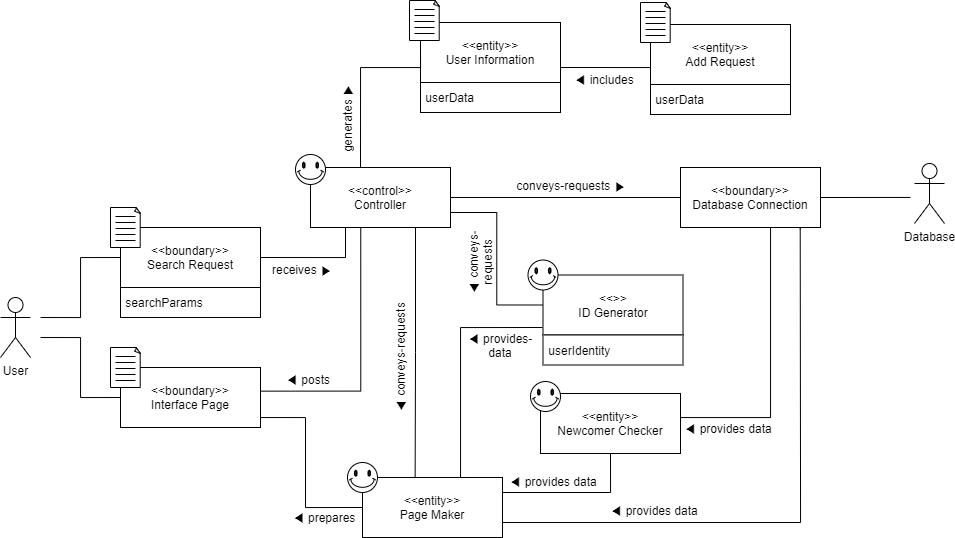
Above: docs/DomainModels/diagrams/DM-UC-14.png in youngkwon02/Enhanced-library-management (draw.io), before the change. Source tidied: cells renumbered, new cells last; positions are measured from the earlier drawing's top-left corner, leaving out a move shared by most shapes.
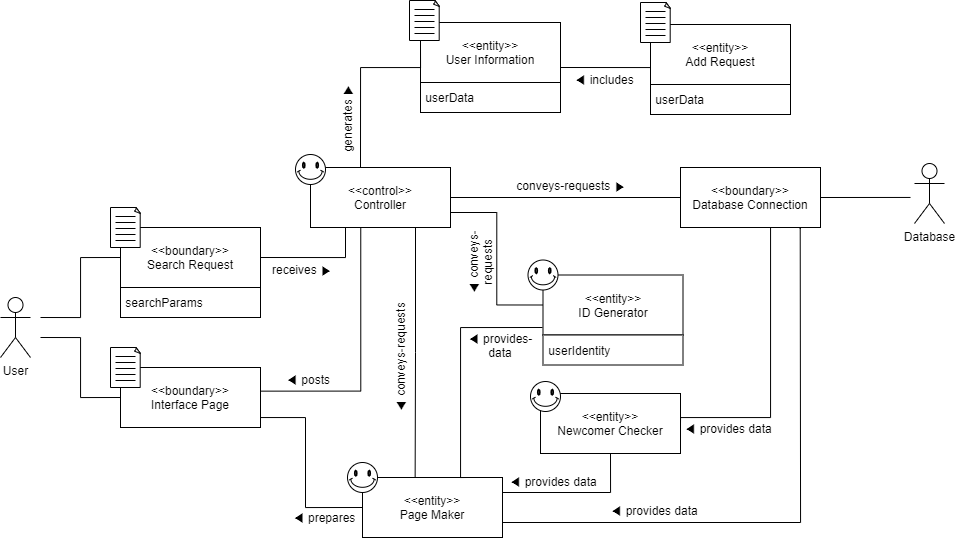
The same file after the commit.

The edit, as a diff of the source:
```diff
@@ -233,7 +233,7 @@
     <mxCell id="54" style="group;" parent="52" vertex="1">
       <mxGeometry x="-75" y="-15" width="140" height="90" as="geometry" />
     </mxCell>
-    <mxCell id="55" value="&amp;lt;&amp;lt;&amp;gt;&amp;gt;&lt;br&gt;ID Generator" style="rounded=0;whiteSpace=wrap;html=1;" parent="54" vertex="1">
+    <mxCell id="55" value="&amp;lt;&amp;lt;entity&amp;gt;&amp;gt;&lt;br&gt;ID Generator" style="rounded=0;whiteSpace=wrap;html=1;" parent="54" vertex="1">
       <mxGeometry width="140" height="60" as="geometry" />
     </mxCell>
     <mxCell id="56" value="&amp;nbsp;userIdentity" style="rounded=0;whiteSpace=wrap;html=1;align=left;" parent="54" vertex="1">
```
